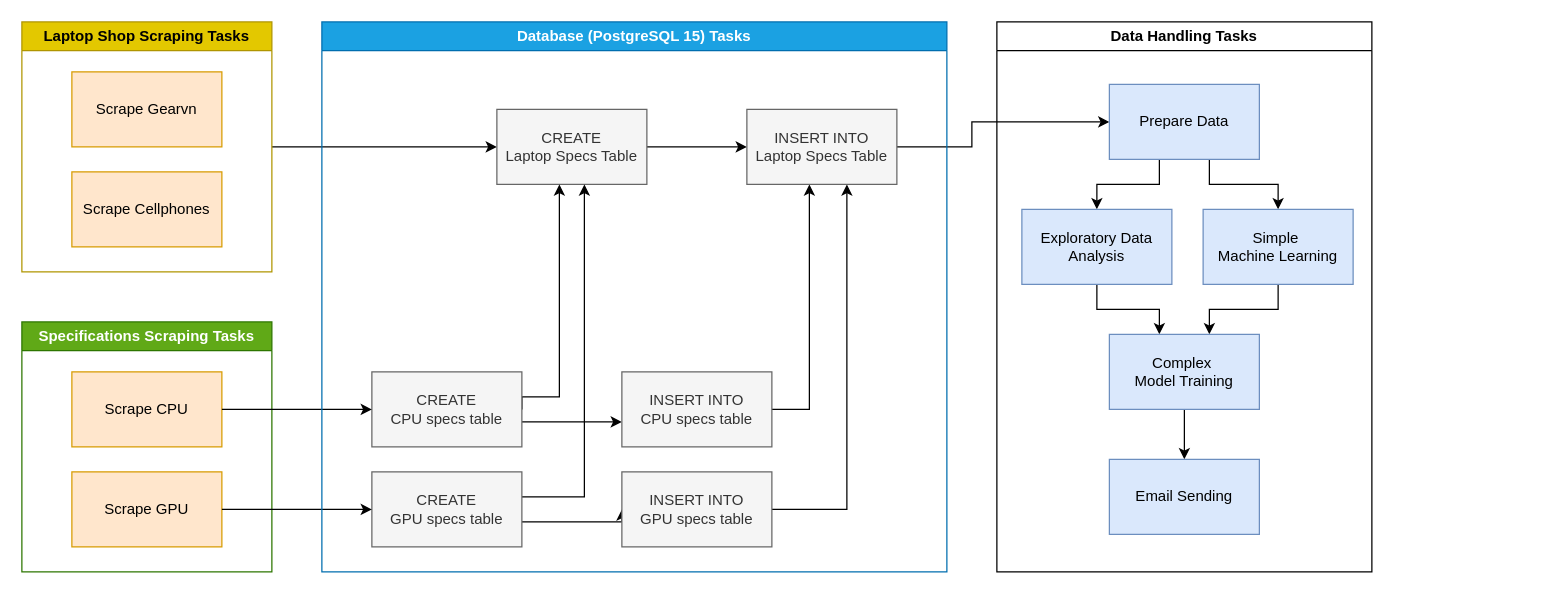
Earlier version of the draw.io diagram Dataflow.drawio (auphong2707/laptop-price-prediction-ds-prj). Source tidied: cells renumbered, new cells numbered last; positions are measured from the earlier drawing's top-left corner, leaving out a move shared by most shapes. Both pictures are drawn from the tidied source at 125%, with x=0, y=0 at pixel (21, 21).
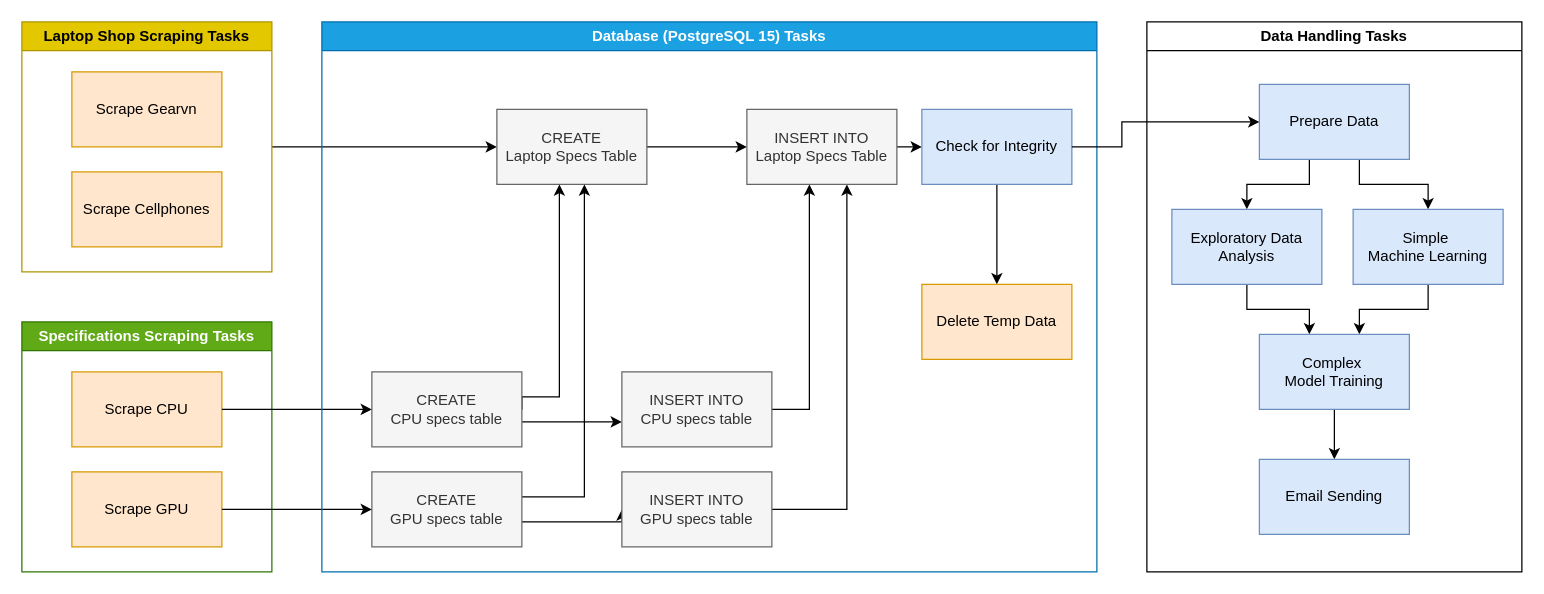
The same page after the edit.

Unchanged cells that the change refers to:
```xml
<mxCell id="24" value="&lt;div&gt;INSERT INTO &lt;br&gt;&lt;/div&gt;&lt;div&gt;Laptop Specs Table&lt;/div&gt;" style="rounded=0;whiteSpace=wrap;html=1;fillColor=#f5f5f5;fontColor=#333333;strokeColor=#666666;" parent="1" vertex="1">
  <mxGeometry x="580" y="70" width="120" height="60" as="geometry" />
</mxCell>
<mxCell id="29" value="&lt;div&gt;Prepare Data&lt;/div&gt;" style="rounded=0;whiteSpace=wrap;html=1;fillColor=#dae8fc;strokeColor=#6c8ebf;" parent="26" vertex="1">
  <mxGeometry x="90" y="50" width="120" height="60" as="geometry" />
</mxCell>
```

Diff of the diagram source:
```diff
@@
-    <mxCell id="23" style="edgeStyle=orthogonalEdgeStyle;rounded=0;jettySize=auto;html=1;" parent="1" edge="1" source="24" target="29">
-      <mxGeometry relative="1" as="geometry">
-        <Array as="points">
-          <mxPoint x="760" y="100" />
-          <mxPoint x="760" y="80" />
-        </Array>
-      </mxGeometry>
-    </mxCell>
+    <mxCell id="37" style="edgeStyle=orthogonalEdgeStyle;rounded=0;jettySize=auto;html=1;" parent="1" edge="1" source="24" target="39">
+      <mxGeometry relative="1" as="geometry">
+        <Array as="points">
+          <mxPoint x="780" y="100" />
+        </Array>
+      </mxGeometry>
+    </mxCell>
@@
     <mxCell id="25" value="Database (PostgreSQL 15) Tasks" style="swimlane;whiteSpace=wrap;html=1;fillColor=#1ba1e2;strokeColor=#006EAF;fontColor=#ffffff;rounded=0;" parent="1" vertex="1">
-      <mxGeometry x="240" width="500" height="440" as="geometry" />
+      <mxGeometry x="240" width="620" height="440" as="geometry" />
     </mxCell>
+    <mxCell id="38" style="edgeStyle=orthogonalEdgeStyle;rounded=0;jettySize=auto;html=1;" parent="25" edge="1" source="39" target="40">
+      <mxGeometry relative="1" as="geometry" />
+    </mxCell>
+    <mxCell id="39" value="Check for Integrity" style="rounded=0;whiteSpace=wrap;html=1;fillColor=#dae8fc;strokeColor=#6c8ebf;" parent="25" vertex="1">
+      <mxGeometry x="480" y="70" width="120" height="60" as="geometry" />
+    </mxCell>
+    <mxCell id="40" value="&lt;div&gt;Delete Temp Data&lt;/div&gt;" style="rounded=0;whiteSpace=wrap;html=1;fillColor=#ffe6cc;strokeColor=#d79b00;" parent="25" vertex="1">
+      <mxGeometry x="480" y="210" width="120" height="60" as="geometry" />
+    </mxCell>
     <mxCell id="26" value="Data Handling Tasks" style="swimlane;whiteSpace=wrap;html=1;rounded=0;" parent="1" vertex="1">
-      <mxGeometry x="780" width="300" height="440" as="geometry" />
+      <mxGeometry x="900" width="300" height="440" as="geometry" />
     </mxCell>
@@
+    <mxCell id="41" style="edgeStyle=orthogonalEdgeStyle;rounded=0;jettySize=auto;html=1;entryX=0;entryY=0.5;entryDx=0;entryDy=0;" parent="1" edge="1" source="39" target="29">
+      <mxGeometry relative="1" as="geometry">
+        <Array as="points">
+          <mxPoint x="880" y="100" />
+          <mxPoint x="880" y="80" />
+        </Array>
+      </mxGeometry>
+    </mxCell>
```
